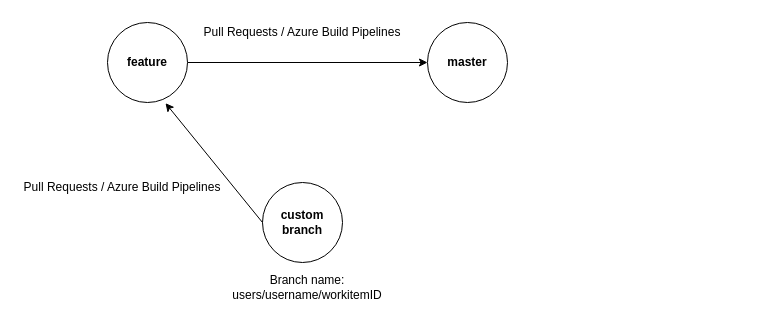
Earlier version of the draw.io diagram BranchStrategy.drawio (surajnaik90/Architectures-Designs). Source tidied: cells renumbered, new cells numbered last; positions are measured from the earlier drawing's top-left corner, leaving out a move shared by most shapes. Both pictures are drawn from the tidied source at 100%, with x=0, y=0 at pixel (17, 17).
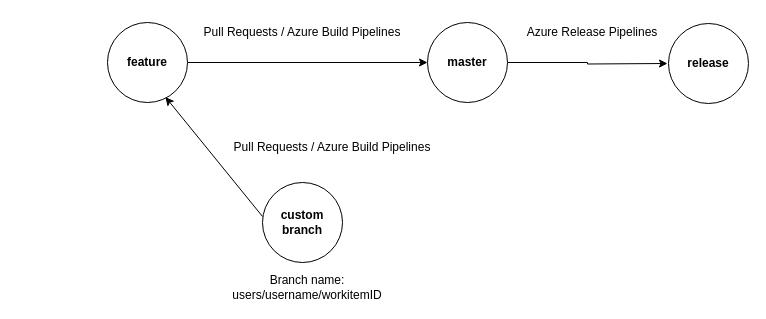
The same page after the edit.

The edit, as a diff of the source:
```diff
@@
 <mxGraphModel>
   <root>
     <mxCell id="0" />
     <mxCell id="1" parent="0" />
     <mxCell id="2" value="&lt;b&gt;custom branch&lt;/b&gt;" style="ellipse;whiteSpace=wrap;html=1;" parent="1" vertex="1">
       <mxGeometry x="245" y="165" width="80" height="80" as="geometry" />
     </mxCell>
     <mxCell id="3" style="edgeStyle=orthogonalEdgeStyle;rounded=0;jettySize=auto;html=1;entryX=0;entryY=0.5;entryDx=0;entryDy=0;" parent="1" edge="1" source="4" target="5">
       <mxGeometry relative="1" as="geometry" />
     </mxCell>
     <mxCell id="4" style="ellipse;whiteSpace=wrap;html=1;" parent="1" vertex="1">
       <mxGeometry x="90" y="5" width="80" height="80" as="geometry" />
     </mxCell>
+    <mxCell id="12" style="edgeStyle=orthogonalEdgeStyle;rounded=0;jettySize=auto;html=1;fontSize=12;" parent="1" edge="1" source="5">
+      <mxGeometry relative="1" as="geometry">
+        <mxPoint x="650" y="46" as="targetPoint" />
+      </mxGeometry>
+    </mxCell>
     <mxCell id="5" style="ellipse;whiteSpace=wrap;html=1;" parent="1" vertex="1">
       <mxGeometry x="410" y="5" width="80" height="80" as="geometry" />
     </mxCell>
-    <mxCell id="6" style="endArrow=classic;html=1;rounded=0;entryX=0.725;entryY=1.008;entryDx=0;entryDy=0;exitX=0;exitY=0.5;exitDx=0;exitDy=0;entryPerimeter=0;" parent="1" edge="1" source="2" target="4">
-      <mxGeometry relative="1" as="geometry" />
+    <mxCell id="6" style="endArrow=classic;html=1;rounded=0;entryX=0.725;entryY=1.008;entryDx=0;entryDy=0;exitX=0;exitY=0.5;exitDx=0;exitDy=0;entryPerimeter=0;" parent="1" edge="1">
+      <mxGeometry relative="1" as="geometry">
+        <mxPoint x="245" y="199" as="sourcePoint" />
+        <mxPoint x="148" y="79.6" as="targetPoint" />
+      </mxGeometry>
     </mxCell>
     <mxCell id="7" value="feature" style="text;html=1;strokeColor=none;fillColor=none;align=center;verticalAlign=middle;whiteSpace=wrap;rounded=0;fontStyle=1;" parent="1" vertex="1">
       <mxGeometry x="100" y="30" width="60" height="30" as="geometry" />
     </mxCell>
     <mxCell id="8" value="master" style="text;html=1;strokeColor=none;fillColor=none;align=center;verticalAlign=middle;whiteSpace=wrap;rounded=0;fontStyle=1;" parent="1" vertex="1">
       <mxGeometry x="420" y="30" width="60" height="30" as="geometry" />
     </mxCell>
     <mxCell id="9" value="Pull Requests / Azure Build Pipelines" style="text;html=1;strokeColor=none;fillColor=none;align=center;verticalAlign=middle;whiteSpace=wrap;rounded=0;" parent="1" vertex="1">
       <mxGeometry x="180" width="210" height="30" as="geometry" />
     </mxCell>
     <mxCell id="10" value="Branch name:&lt;br&gt;users/username/workitemID" style="text;html=1;strokeColor=none;fillColor=none;align=center;verticalAlign=middle;whiteSpace=wrap;rounded=0;fontSize=12;" parent="1" vertex="1">
       <mxGeometry x="180" y="255" width="220" height="30" as="geometry" />
     </mxCell>
     <mxCell id="11" value="Pull Requests / Azure Build Pipelines" style="text;html=1;strokeColor=none;fillColor=none;align=center;verticalAlign=middle;whiteSpace=wrap;rounded=0;" parent="1" vertex="1">
-      <mxGeometry y="155" width="210" height="30" as="geometry" />
+      <mxGeometry x="210" y="115" width="210" height="30" as="geometry" />
     </mxCell>
+    <mxCell id="13" style="ellipse;whiteSpace=wrap;html=1;" parent="1" vertex="1">
+      <mxGeometry x="651" y="6" width="80" height="80" as="geometry" />
+    </mxCell>
+    <mxCell id="14" value="release" style="text;html=1;strokeColor=none;fillColor=none;align=center;verticalAlign=middle;whiteSpace=wrap;rounded=0;fontStyle=1;" parent="1" vertex="1">
+      <mxGeometry x="661" y="31" width="60" height="30" as="geometry" />
+    </mxCell>
+    <mxCell id="15" value="Azure Release Pipelines" style="text;html=1;strokeColor=none;fillColor=none;align=center;verticalAlign=middle;whiteSpace=wrap;rounded=0;" parent="1" vertex="1">
+      <mxGeometry x="470" width="210" height="30" as="geometry" />
+    </mxCell>
   </root>
 </mxGraphModel>
```
